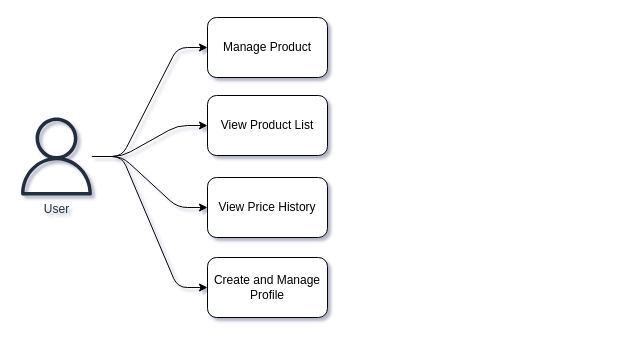
Above: sapi-thesis-template-master/docs/figures/images/diagram DRAWIO files/general_use_case.drawio in palfiszabolcs/Allamvizsga-Price-Monitor (draw.io), before the change. Source tidied: cells renumbered, new cells numbered last; positions are measured from the earlier drawing's top-left corner, leaving out a move shared by most shapes. Both pictures are drawn from the tidied source at 100%, with x=0, y=0 at pixel (17, 17).
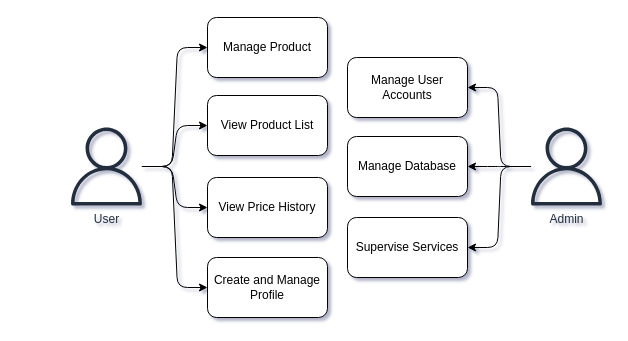
Above is the later version.

Diff of the diagram source:
```diff
@@
 <mxGraphModel shadow="1">
   <root>
     <mxCell id="0" />
     <mxCell id="1" parent="0" />
     <mxCell id="2" style="edgeStyle=entityRelationEdgeStyle;jettySize=auto;html=1;entryX=0;entryY=0.5;entryDx=0;entryDy=0;jumpStyle=none;shadow=0;" parent="1" edge="1" source="6" target="7">
       <mxGeometry relative="1" as="geometry" />
     </mxCell>
     <mxCell id="3" style="edgeStyle=entityRelationEdgeStyle;jettySize=auto;html=1;entryX=0;entryY=0.5;entryDx=0;entryDy=0;jumpStyle=none;shadow=0;" parent="1" edge="1" source="6" target="8">
       <mxGeometry relative="1" as="geometry" />
     </mxCell>
     <mxCell id="4" style="jettySize=auto;html=1;entryX=0;entryY=0.5;entryDx=0;entryDy=0;edgeStyle=entityRelationEdgeStyle;elbow=vertical;jumpStyle=none;shadow=0;" parent="1" edge="1" source="6" target="9">
       <mxGeometry relative="1" as="geometry" />
     </mxCell>
     <mxCell id="5" style="edgeStyle=entityRelationEdgeStyle;jettySize=auto;html=1;entryX=0;entryY=0.5;entryDx=0;entryDy=0;jumpStyle=none;shadow=0;" parent="1" edge="1" source="6" target="10">
       <mxGeometry relative="1" as="geometry" />
     </mxCell>
     <mxCell id="6" value="User" style="outlineConnect=0;fontColor=#232F3E;gradientColor=none;fillColor=#232F3E;strokeColor=none;dashed=0;verticalLabelPosition=bottom;verticalAlign=top;align=center;html=1;fontSize=12;fontStyle=0;shape=mxgraph.aws4.user;rounded=1;" parent="1" vertex="1">
-      <mxGeometry y="100" width="78" height="78" as="geometry" />
+      <mxGeometry x="50" y="110" width="78" height="78" as="geometry" />
     </mxCell>
     <mxCell id="7" value="Manage Product" style="whiteSpace=wrap;html=1;rounded=1;" parent="1" vertex="1">
       <mxGeometry x="190" width="120" height="60" as="geometry" />
     </mxCell>
     <mxCell id="8" value="View Product List" style="whiteSpace=wrap;html=1;rounded=1;" parent="1" vertex="1">
       <mxGeometry x="190" y="78" width="120" height="60" as="geometry" />
     </mxCell>
     <mxCell id="9" value="View Price History" style="whiteSpace=wrap;html=1;rounded=1;" parent="1" vertex="1">
       <mxGeometry x="190" y="160" width="120" height="60" as="geometry" />
     </mxCell>
     <mxCell id="10" value="Create and Manage Profile" style="whiteSpace=wrap;html=1;rounded=1;" parent="1" vertex="1">
       <mxGeometry x="190" y="240" width="120" height="60" as="geometry" />
     </mxCell>
+    <mxCell id="11" style="edgeStyle=entityRelationEdgeStyle;jettySize=auto;html=1;entryX=1;entryY=0.5;entryDx=0;entryDy=0;jumpStyle=none;shadow=0;" parent="1" edge="1" source="14" target="15">
+      <mxGeometry relative="1" as="geometry" />
+    </mxCell>
+    <mxCell id="12" style="edgeStyle=entityRelationEdgeStyle;jettySize=auto;html=1;entryX=1;entryY=0.5;entryDx=0;entryDy=0;jumpStyle=none;shadow=0;" parent="1" edge="1" source="14" target="16">
+      <mxGeometry relative="1" as="geometry" />
+    </mxCell>
+    <mxCell id="13" style="jettySize=auto;html=1;entryX=1;entryY=0.5;entryDx=0;entryDy=0;edgeStyle=entityRelationEdgeStyle;elbow=vertical;jumpStyle=none;shadow=0;" parent="1" edge="1" source="14" target="17">
+      <mxGeometry relative="1" as="geometry" />
+    </mxCell>
+    <mxCell id="14" value="Admin" style="outlineConnect=0;fontColor=#232F3E;gradientColor=none;fillColor=#232F3E;strokeColor=none;dashed=0;verticalLabelPosition=bottom;verticalAlign=top;align=center;html=1;fontSize=12;fontStyle=0;shape=mxgraph.aws4.user;rounded=1;" parent="1" vertex="1">
+      <mxGeometry x="510" y="110" width="78" height="78" as="geometry" />
+    </mxCell>
+    <mxCell id="15" value="Manage User Accounts" style="whiteSpace=wrap;html=1;rounded=1;" parent="1" vertex="1">
+      <mxGeometry x="330" y="40" width="120" height="60" as="geometry" />
+    </mxCell>
+    <mxCell id="16" value="Manage Database" style="whiteSpace=wrap;html=1;rounded=1;" parent="1" vertex="1">
+      <mxGeometry x="330" y="119" width="120" height="60" as="geometry" />
+    </mxCell>
+    <mxCell id="17" value="Supervise Services" style="whiteSpace=wrap;html=1;rounded=1;" parent="1" vertex="1">
+      <mxGeometry x="330" y="200" width="120" height="60" as="geometry" />
+    </mxCell>
   </root>
 </mxGraphModel>
```
